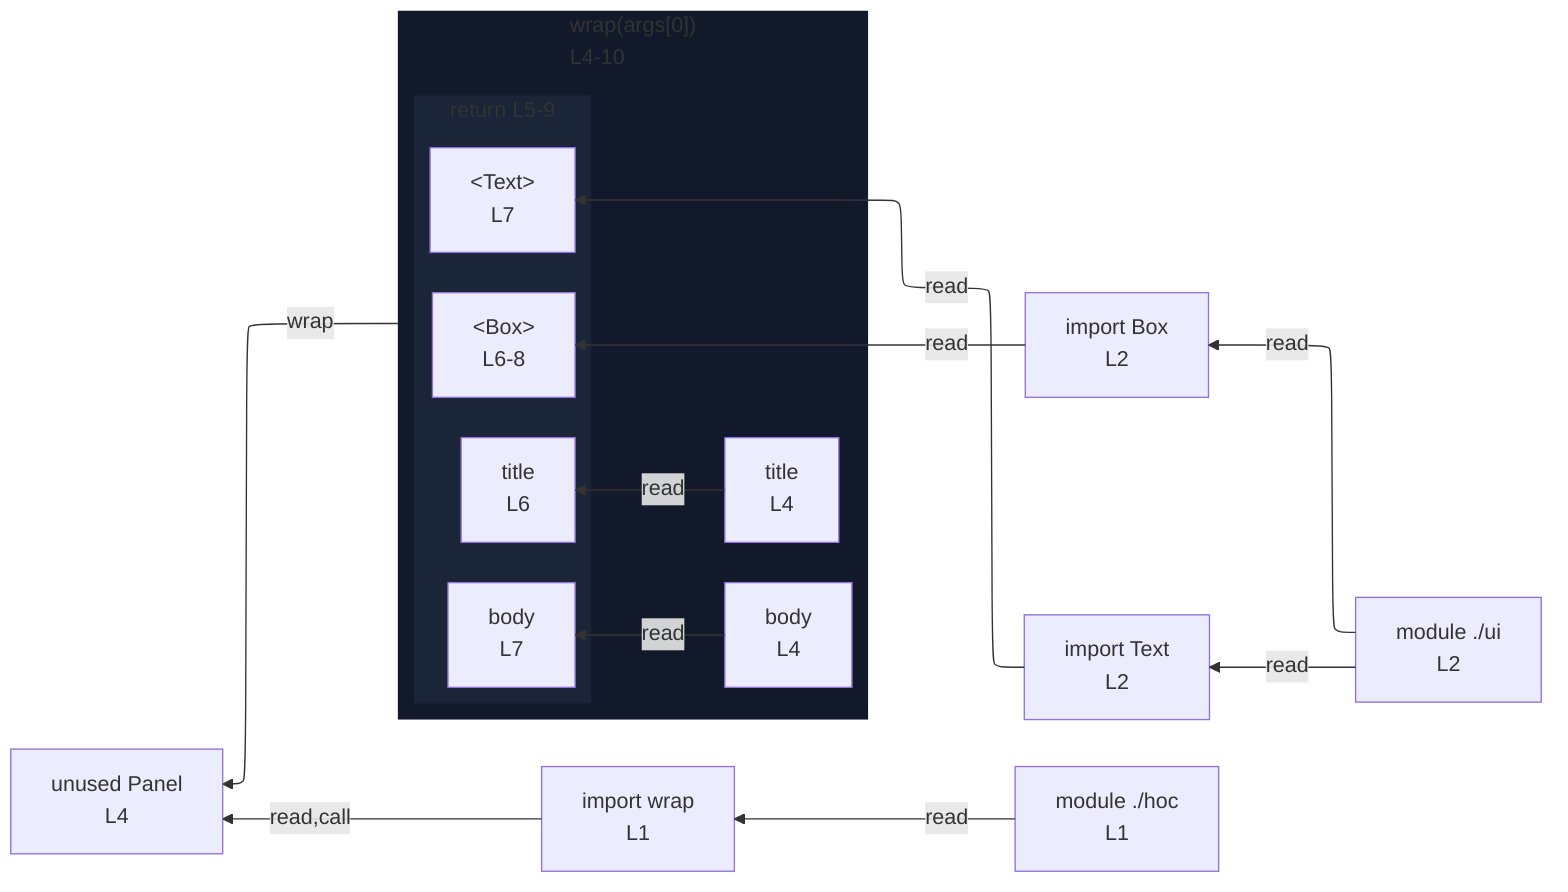
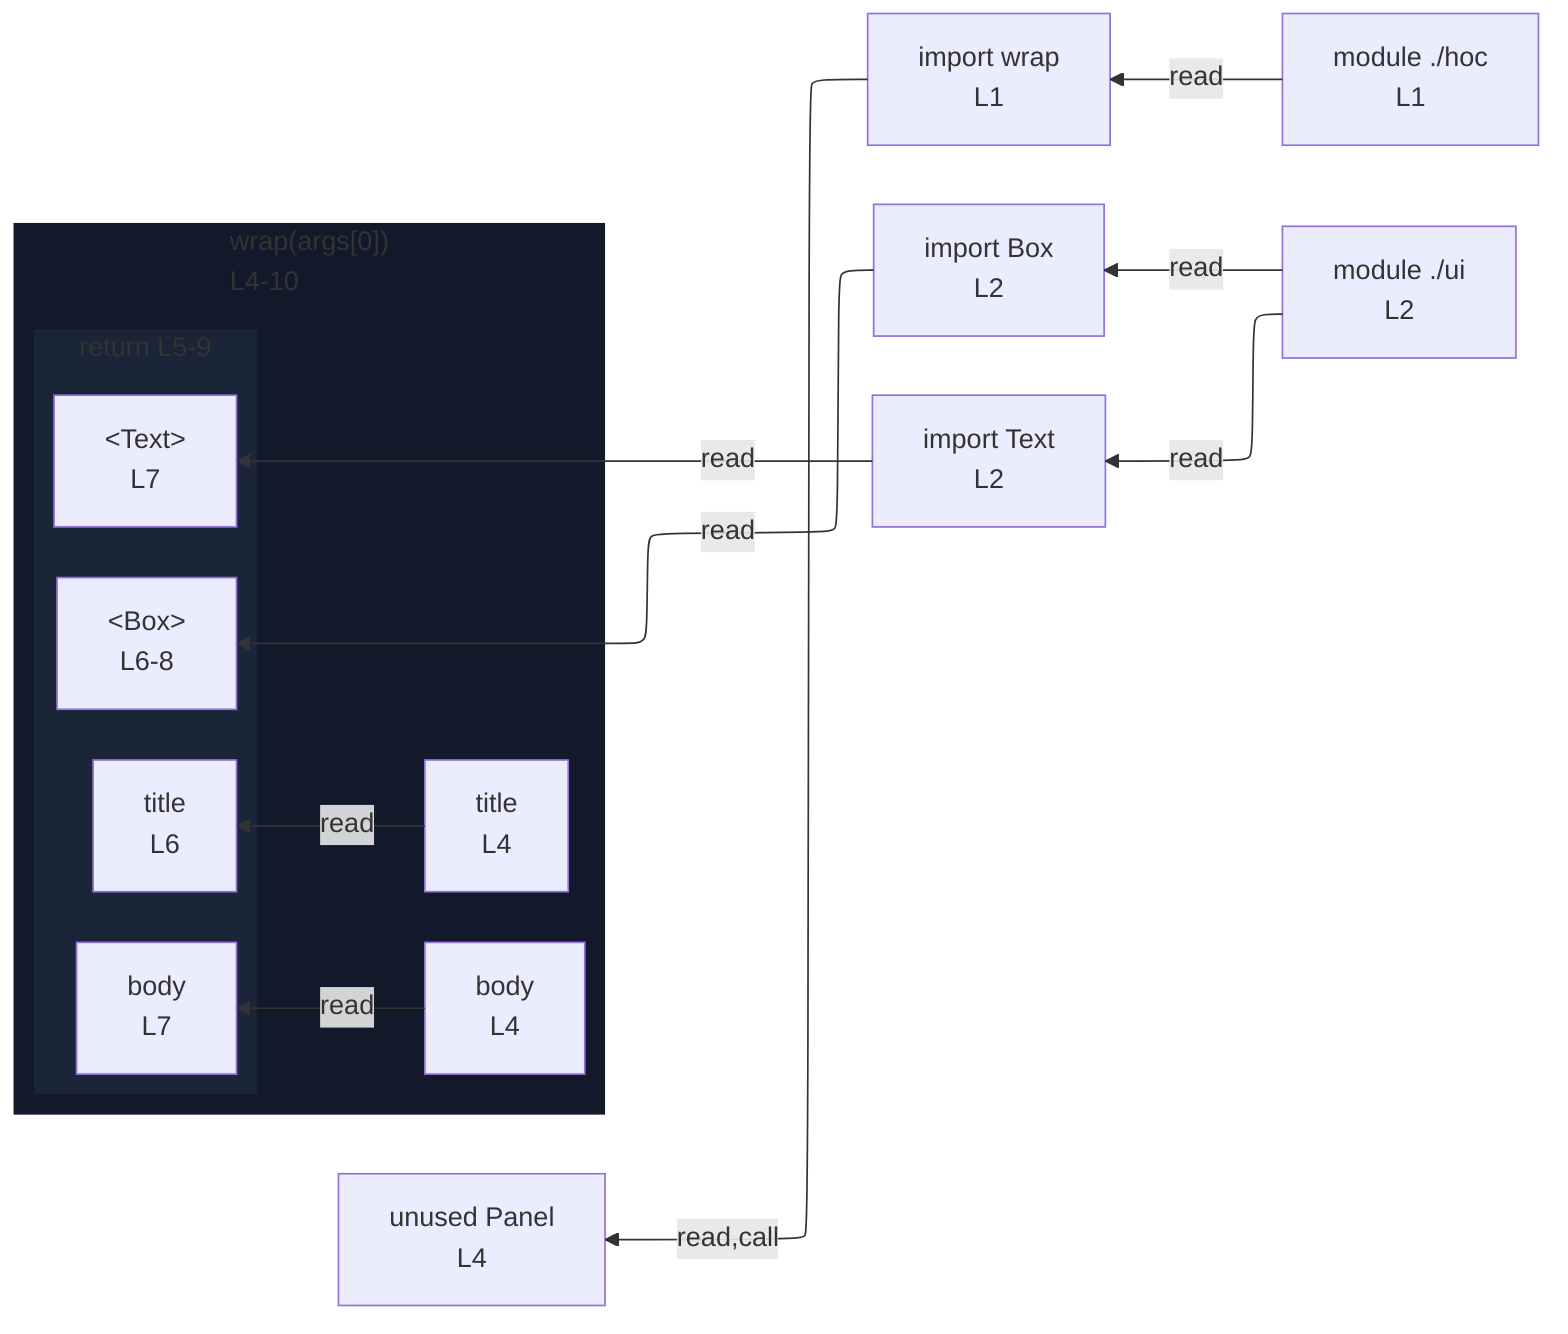
%%{init: {"flowchart": {"defaultRenderer": "elk"}}}%%
flowchart RL
  n_scope_0_wrap_9["import wrap<br/>L1"]
  n_scope_0_Box_39["import Box<br/>L2"]
  n_scope_0_Text_44["import Text<br/>L2"]
  n_scope_0_Panel_78["unused Panel<br/>L4"]
  subgraph s_scope_1["wrap(args[0])<br/>L4-10"]
    direction RL
    n_scope_1_title_92["title<br/>L4"]
    n_scope_1_body_107["body<br/>L4"]
    subgraph s_return_scope_1_128_202["return L5-9"]
      direction RL
      ret_use_ref_2["&lt;Box&gt;<br/>L6-8"]
      ret_use_ref_3["title<br/>L6"]
      ret_use_ref_4["&lt;Text&gt;<br/>L7"]
      ret_use_ref_5["body<br/>L7"]
    end
  end
  n_scope_0_wrap_9 -->|read,call| n_scope_0_Panel_78
  n_scope_0_Box_39 -->|read| ret_use_ref_2
  n_scope_1_title_92 -->|read| ret_use_ref_3
  n_scope_0_Text_44 -->|read| ret_use_ref_4
  n_scope_1_body_107 -->|read| ret_use_ref_5
-   s_scope_1 -->|wrap| n_scope_0_Panel_78
  mod___hoc["module ./hoc<br/>L1"]
  mod___ui["module ./ui<br/>L2"]
  mod___hoc -->|read| n_scope_0_wrap_9
  mod___ui -->|read| n_scope_0_Box_39
  mod___ui -->|read| n_scope_0_Text_44
  classDef nestL1 fill:#11192a,stroke:transparent;
  class s_scope_1 nestL1;
  classDef nestL2 fill:#1a2538,stroke:transparent;
  class s_return_scope_1_128_202 nestL2;
